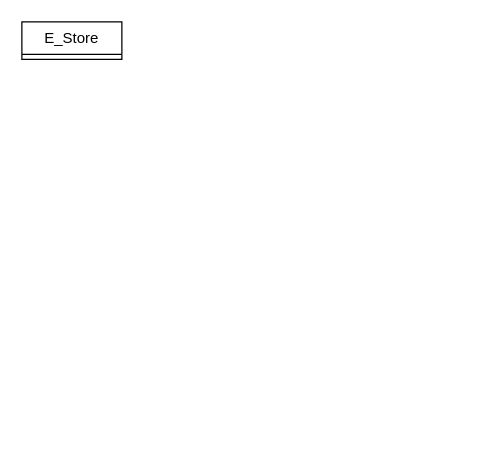
This is Untitled Diagram.drawio from Abolaji2K21/taskForFirstGate-, a draw.io file, before an edit. Source tidied: cells renumbered, new cells numbered last; positions are measured from the earlier drawing's top-left corner, leaving out a move shared by most shapes. Both pictures are drawn from the tidied source at 125%, with x=0, y=0 at pixel (21, 21).
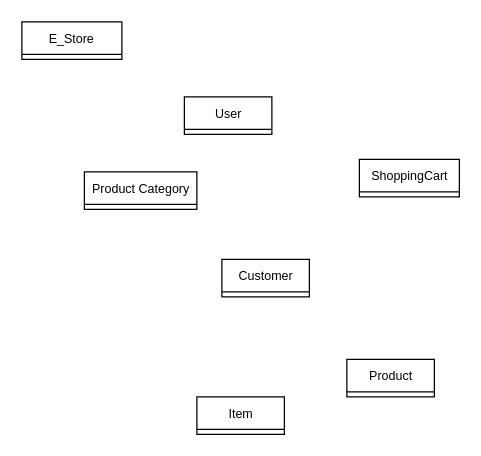
The same diagram, later.

What changed in the source:
```diff
@@
 <mxGraphModel>
   <root>
     <mxCell id="0" />
     <mxCell id="1" parent="0" />
-    <mxCell id="2" value="E_Store" style="swimlane;fontStyle=0;horizontal=1;startSize=26;fillColor=none;whiteSpace=wrap;html=1;" parent="1" vertex="1" collapsed="1">
+    <mxCell id="2" value="&lt;font style=&quot;font-size: 10px;&quot;&gt;E_Store&lt;/font&gt;" style="swimlane;fontStyle=0;horizontal=1;startSize=26;fillColor=none;whiteSpace=wrap;html=1;" parent="1" vertex="1" collapsed="1">
       <mxGeometry width="80" height="30" as="geometry" />
     </mxCell>
+    <mxCell id="3" value="&lt;font style=&quot;font-size: 10px;&quot;&gt;User&lt;/font&gt;" style="swimlane;fontStyle=0;horizontal=1;startSize=26;fillColor=none;html=1;" parent="1" vertex="1" collapsed="1">
+      <mxGeometry x="130" y="60" width="70" height="30" as="geometry" />
+    </mxCell>
+    <mxCell id="4" value="&lt;font style=&quot;font-size: 10px;&quot;&gt;Customer&lt;/font&gt;" style="swimlane;fontStyle=0;horizontal=1;startSize=26;fillColor=none;html=1;" parent="1" vertex="1" collapsed="1">
+      <mxGeometry x="160" y="190" width="70" height="30" as="geometry" />
+    </mxCell>
+    <mxCell id="5" value="&lt;font style=&quot;font-size: 10px;&quot;&gt;ShoppingCart&lt;/font&gt;" style="swimlane;fontStyle=0;horizontal=1;startSize=26;fillColor=none;html=1;" parent="1" vertex="1" collapsed="1">
+      <mxGeometry x="270" y="110" width="80" height="30" as="geometry" />
+    </mxCell>
+    <mxCell id="6" value="&lt;font style=&quot;font-size: 10px;&quot;&gt;Item&lt;/font&gt;" style="swimlane;fontStyle=0;horizontal=1;startSize=26;fillColor=none;html=1;" parent="1" vertex="1" collapsed="1">
+      <mxGeometry x="140" y="300" width="70" height="30" as="geometry" />
+    </mxCell>
+    <mxCell id="7" value="&lt;font style=&quot;font-size: 10px;&quot;&gt;Product&lt;/font&gt;" style="swimlane;fontStyle=0;horizontal=1;startSize=26;fillColor=none;html=1;" parent="1" vertex="1" collapsed="1">
+      <mxGeometry x="260" y="270" width="70" height="30" as="geometry" />
+    </mxCell>
+    <mxCell id="8" value="&lt;font style=&quot;font-size: 10px;&quot;&gt;Product Category&lt;/font&gt;" style="swimlane;fontStyle=0;horizontal=1;startSize=26;fillColor=none;html=1;" parent="1" vertex="1" collapsed="1">
+      <mxGeometry x="50" y="120" width="90" height="30" as="geometry" />
+    </mxCell>
   </root>
 </mxGraphModel>
```
